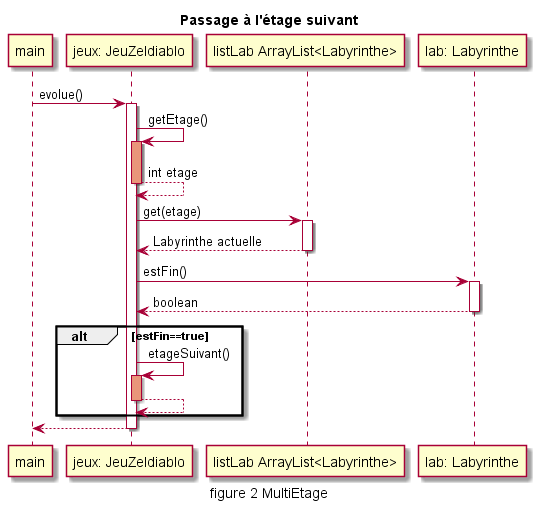
Above: documents/version_5.0/uml_sequ_next_etage.png in NunzioArdi/2019_coo_zeldiablo (PlantUML), before the change.
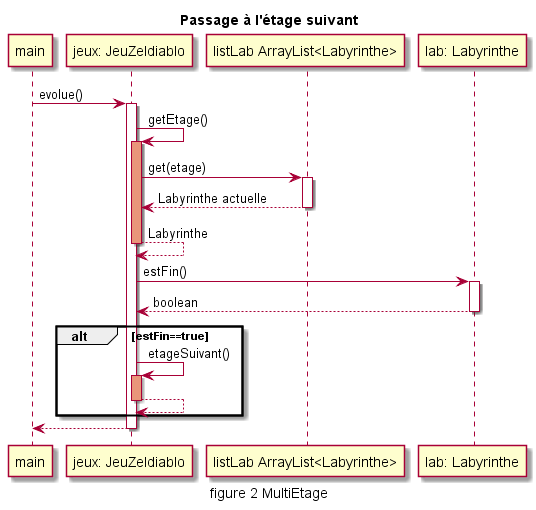
The same diagram one commit later.

Commit message:
fix uml logique

The edit, as a diff of the source:
```diff
@@ -15,13 +15,12 @@
 
 jeu -> jeu: getEtage()
 activate jeu #DarkSalmon
-jeu <-- jeu: int etage
-deactivate jeu
-
 jeu -> ll: get(etage)
 activate ll
 jeu <-- ll: Labyrinthe actuelle
 deactivate ll
+jeu <-- jeu: Labyrinthe
+deactivate jeu
 
 jeu -> l: estFin()
 activate l
```
